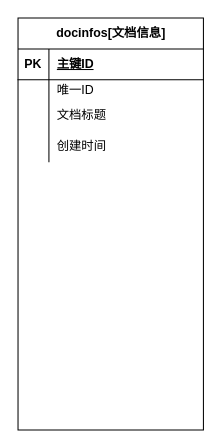
Above: 文档平台.drawio in liyangyangi/dw (draw.io), before the change. Source tidied: cells renumbered, new cells numbered last; positions are measured from the earlier drawing's top-left corner, leaving out a move shared by most shapes. Both pictures are drawn from the tidied source at 103%, with x=0, y=0 at pixel (18, 18).
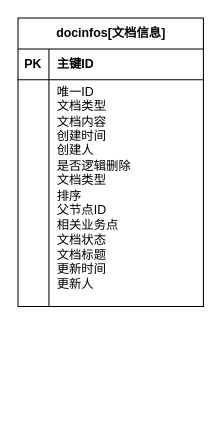
After the change.

Commit message:
更新文档平台.drawio

Unchanged cells that the change refers to:
```xml
<mxCell id="3" style="shape=tableRow;horizontal=0;startSize=0;swimlaneHead=0;swimlaneBody=0;fillColor=none;top=0;left=0;right=0;bottom=1;" parent="2" vertex="1">
  <mxGeometry y="30" width="180" height="30" as="geometry" />
</mxCell>
<mxCell id="6" style="shape=tableRow;horizontal=0;startSize=0;swimlaneHead=0;swimlaneBody=0;fillColor=none;top=0;left=0;right=0;bottom=0;" parent="2" vertex="1">
  <mxGeometry y="60" width="180" height="20" as="geometry" />
</mxCell>
```

Diff of the diagram source:
```diff
@@
     <mxCell id="2" value="docinfos[文档信息]" style="shape=table;startSize=30;childLayout=tableLayout;rowLines=0;fontStyle=1;align=center;html=1;" parent="1" vertex="1">
-      <mxGeometry width="180" height="400" as="geometry" />
+      <mxGeometry width="180" height="280" as="geometry" />
     </mxCell>
@@
-    <mxCell id="5" value="主键ID" style="shape=partialRectangle;fillColor=none;top=0;left=0;bottom=0;right=0;align=left;spacingLeft=6;fontStyle=5;overflow=hidden;whiteSpace=wrap;html=1;" parent="3" vertex="1">
+    <mxCell id="5" value="主键ID" style="shape=partialRectangle;fillColor=none;top=0;left=0;bottom=0;right=0;align=left;spacingLeft=6;fontStyle=1;overflow=hidden;whiteSpace=wrap;html=1;" parent="3" vertex="1">
       <mxGeometry x="30" width="150" height="30" as="geometry" />
     </mxCell>
@@
-    <mxCell id="8" value="唯一ID" style="shape=partialRectangle;fillColor=none;top=0;left=0;bottom=0;right=0;align=left;spacingLeft=6;overflow=hidden;whiteSpace=wrap;html=1;" parent="6" vertex="1">
+    <mxCell id="8" style="shape=partialRectangle;fillColor=none;top=0;left=0;bottom=0;right=0;align=left;spacingLeft=6;overflow=hidden;whiteSpace=wrap;html=1;" parent="6" vertex="1">
       <mxGeometry x="30" width="150" height="20" as="geometry" />
     </mxCell>
-    <mxCell id="9" style="shape=tableRow;horizontal=0;startSize=0;swimlaneHead=0;swimlaneBody=0;fillColor=none;top=0;left=0;right=0;bottom=0;" parent="2" vertex="1">
-      <mxGeometry y="80" width="180" height="30" as="geometry" />
+    <mxCell id="9" style="shape=tableRow;horizontal=0;startSize=0;swimlaneHead=0;swimlaneBody=0;fillColor=none;top=0;left=0;right=0;bottom=0;verticalAlign=top;strokeColor=default;" parent="2" vertex="1">
+      <mxGeometry y="80" width="180" height="20" as="geometry" />
     </mxCell>
     <mxCell id="10" style="shape=partialRectangle;fillColor=none;top=0;left=0;bottom=0;right=0;overflow=hidden;whiteSpace=wrap;html=1;" parent="9" vertex="1">
-      <mxGeometry width="30" height="30" as="geometry" />
+      <mxGeometry width="30" height="20" as="geometry" />
     </mxCell>
-    <mxCell id="11" value="文档标题" style="shape=partialRectangle;fillColor=none;top=0;left=0;bottom=0;right=0;align=left;spacingLeft=6;overflow=hidden;whiteSpace=wrap;html=1;" parent="9" vertex="1">
-      <mxGeometry x="30" width="150" height="30" as="geometry" />
+    <mxCell id="11" style="shape=partialRectangle;fillColor=none;top=0;left=0;bottom=0;right=0;align=left;spacingLeft=6;overflow=hidden;whiteSpace=wrap;html=1;" parent="9" vertex="1">
+      <mxGeometry x="30" width="150" height="20" as="geometry" />
     </mxCell>
     <mxCell id="12" style="shape=tableRow;horizontal=0;startSize=0;swimlaneHead=0;swimlaneBody=0;fillColor=none;top=0;left=0;right=0;bottom=0;" parent="2" vertex="1">
-      <mxGeometry y="110" width="180" height="30" as="geometry" />
+      <mxGeometry y="100" width="180" height="20" as="geometry" />
     </mxCell>
     <mxCell id="13" style="shape=partialRectangle;fillColor=none;top=0;left=0;bottom=0;right=0;overflow=hidden;whiteSpace=wrap;html=1;" parent="12" vertex="1">
-      <mxGeometry width="30" height="30" as="geometry" />
+      <mxGeometry width="30" height="20" as="geometry" />
     </mxCell>
-    <mxCell id="14" value="创建时间" style="shape=partialRectangle;fillColor=none;top=0;left=0;bottom=0;right=0;align=left;spacingLeft=6;overflow=hidden;whiteSpace=wrap;html=1;" parent="12" vertex="1">
-      <mxGeometry x="30" width="150" height="30" as="geometry" />
+    <mxCell id="14" style="shape=partialRectangle;fillColor=none;top=0;left=0;bottom=0;right=0;align=left;spacingLeft=6;overflow=hidden;whiteSpace=wrap;html=1;" parent="12" vertex="1">
+      <mxGeometry x="30" width="150" height="20" as="geometry" />
     </mxCell>
+    <mxCell id="15" style="shape=partialRectangle;fillColor=none;top=0;left=0;bottom=0;right=0;overflow=hidden;whiteSpace=wrap;html=1;" parent="1" vertex="1">
+      <mxGeometry y="110" width="30" height="20" as="geometry" />
+    </mxCell>
+    <mxCell id="16" style="line;strokeWidth=1;direction=south;html=1;spacing=1;" parent="1" vertex="1">
+      <mxGeometry x="25" y="120" width="10" height="160" as="geometry" />
+    </mxCell>
+    <mxCell id="17" style="shape=tableRow;horizontal=0;startSize=0;swimlaneHead=0;swimlaneBody=0;fillColor=none;top=0;left=0;right=0;bottom=0;" parent="1" vertex="1">
+      <mxGeometry y="135" width="180" height="20" as="geometry" />
+    </mxCell>
+    <mxCell id="18" style="shape=partialRectangle;fillColor=none;top=0;left=0;bottom=0;right=0;overflow=hidden;whiteSpace=wrap;html=1;" parent="17" vertex="1">
+      <mxGeometry y="-9" width="30" height="20" as="geometry" />
+    </mxCell>
+    <mxCell id="19" style="shape=partialRectangle;fillColor=none;top=0;left=0;bottom=0;right=0;overflow=hidden;whiteSpace=wrap;html=1;" parent="1" vertex="1">
+      <mxGeometry y="93" width="30" height="20" as="geometry" />
+    </mxCell>
+    <mxCell id="20" style="shape=partialRectangle;fillColor=none;top=0;left=0;bottom=0;right=0;overflow=hidden;whiteSpace=wrap;html=1;" parent="1" vertex="1">
+      <mxGeometry y="77" width="30" height="20" as="geometry" />
+    </mxCell>
+    <mxCell id="21" style="shape=partialRectangle;fillColor=none;top=0;left=0;bottom=0;right=0;overflow=hidden;whiteSpace=wrap;html=1;" parent="1" vertex="1">
+      <mxGeometry y="140" width="30" height="20" as="geometry" />
+    </mxCell>
+    <mxCell id="22" style="shape=partialRectangle;fillColor=none;top=0;left=0;bottom=0;right=0;overflow=hidden;whiteSpace=wrap;html=1;" parent="1" vertex="1">
+      <mxGeometry y="155" width="30" height="20" as="geometry" />
+    </mxCell>
+    <mxCell id="23" style="shape=partialRectangle;fillColor=none;top=0;left=0;bottom=0;right=0;overflow=hidden;whiteSpace=wrap;html=1;" parent="1" vertex="1">
+      <mxGeometry y="169" width="30" height="20" as="geometry" />
+    </mxCell>
+    <mxCell id="24" style="shape=partialRectangle;fillColor=none;top=0;left=0;bottom=0;right=0;overflow=hidden;whiteSpace=wrap;html=1;" parent="1" vertex="1">
+      <mxGeometry y="184" width="30" height="20" as="geometry" />
+    </mxCell>
+    <mxCell id="25" style="shape=partialRectangle;fillColor=none;top=0;left=0;bottom=0;right=0;overflow=hidden;whiteSpace=wrap;html=1;" parent="1" vertex="1">
+      <mxGeometry y="200" width="30" height="20" as="geometry" />
+    </mxCell>
+    <mxCell id="26" style="shape=partialRectangle;fillColor=none;top=0;left=0;bottom=0;right=0;align=left;spacingLeft=6;overflow=hidden;whiteSpace=wrap;html=1;" parent="1" vertex="1">
+      <mxGeometry x="30" y="200" width="150" height="20" as="geometry" />
+    </mxCell>
+    <mxCell id="27" style="shape=partialRectangle;fillColor=none;top=0;left=0;bottom=0;right=0;overflow=hidden;whiteSpace=wrap;html=1;" parent="1" vertex="1">
+      <mxGeometry y="217" width="30" height="20" as="geometry" />
+    </mxCell>
+    <mxCell id="28" value="&lt;div&gt;&lt;span style=&quot;background-color: initial;&quot;&gt;唯一ID&lt;/span&gt;&lt;/div&gt;&lt;div&gt;文档类型&lt;/div&gt;&lt;div&gt;文档内容&lt;/div&gt;&lt;div&gt;创建时间&lt;/div&gt;&lt;div&gt;创建人&lt;/div&gt;&lt;div&gt;是否逻辑删除&lt;/div&gt;&lt;div&gt;文档类型&lt;/div&gt;&lt;div&gt;排序&lt;/div&gt;&lt;div&gt;父节点ID&lt;/div&gt;&lt;div&gt;相关业务点&lt;/div&gt;&lt;div&gt;文档状态&lt;/div&gt;文档标题&lt;div&gt;更新时间&lt;/div&gt;&lt;div&gt;更新人&lt;/div&gt;" style="shape=partialRectangle;fillColor=none;top=0;left=0;bottom=0;right=0;align=left;spacingLeft=6;overflow=hidden;whiteSpace=wrap;html=1;" parent="1" vertex="1">
+      <mxGeometry x="30" y="60" width="150" height="210" as="geometry" />
+    </mxCell>
```
